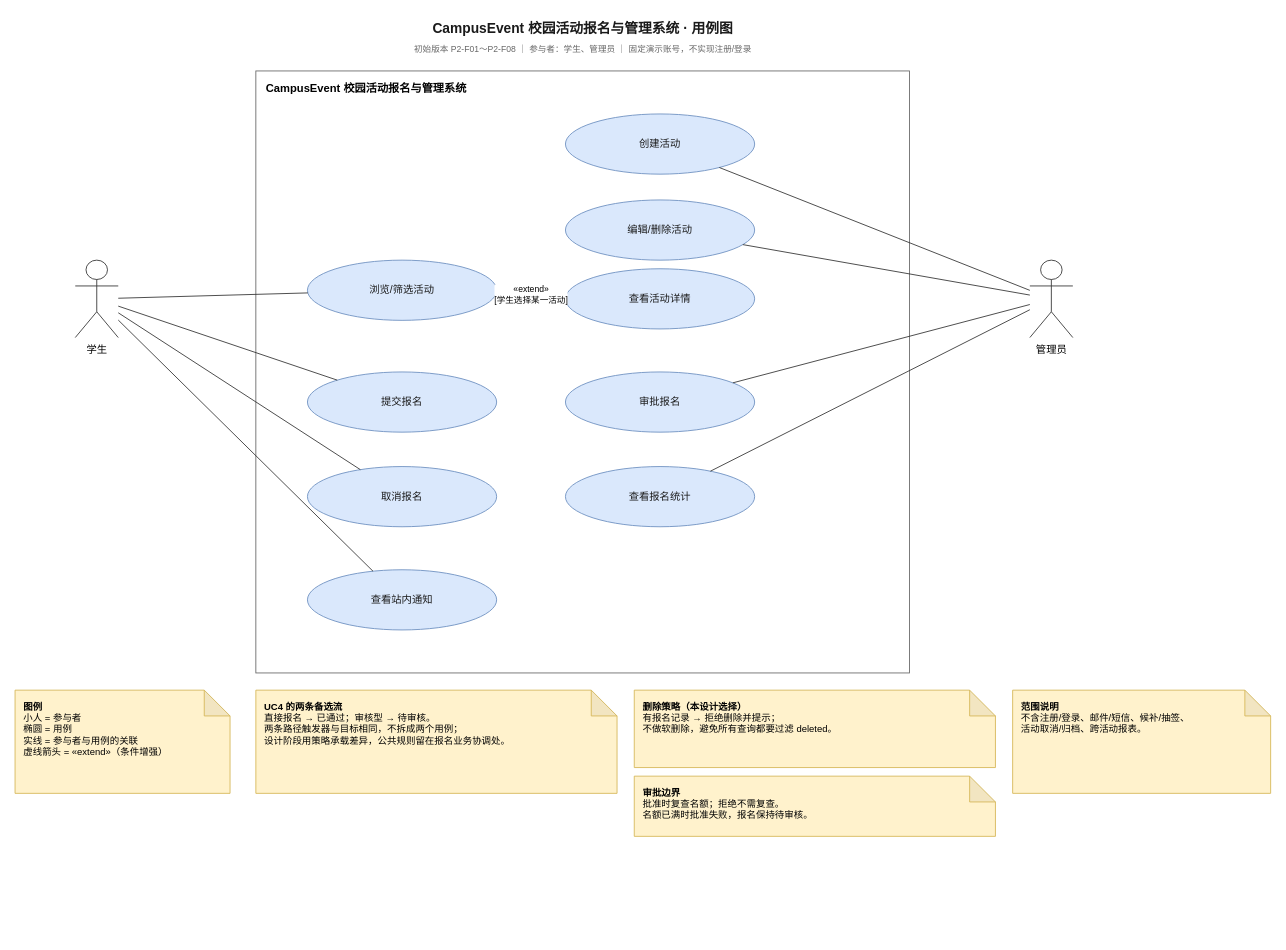
Above: uml/01-usecase.drawio in kudryavka1023/202-CampusEvent (draw.io), before the change. Source tidied: cells renumbered, new cells numbered last; positions are measured from the earlier drawing's top-left corner, leaving out a move shared by most shapes. Both pictures are drawn from the tidied source at 86%, with x=0, y=0 at pixel (15, 15).
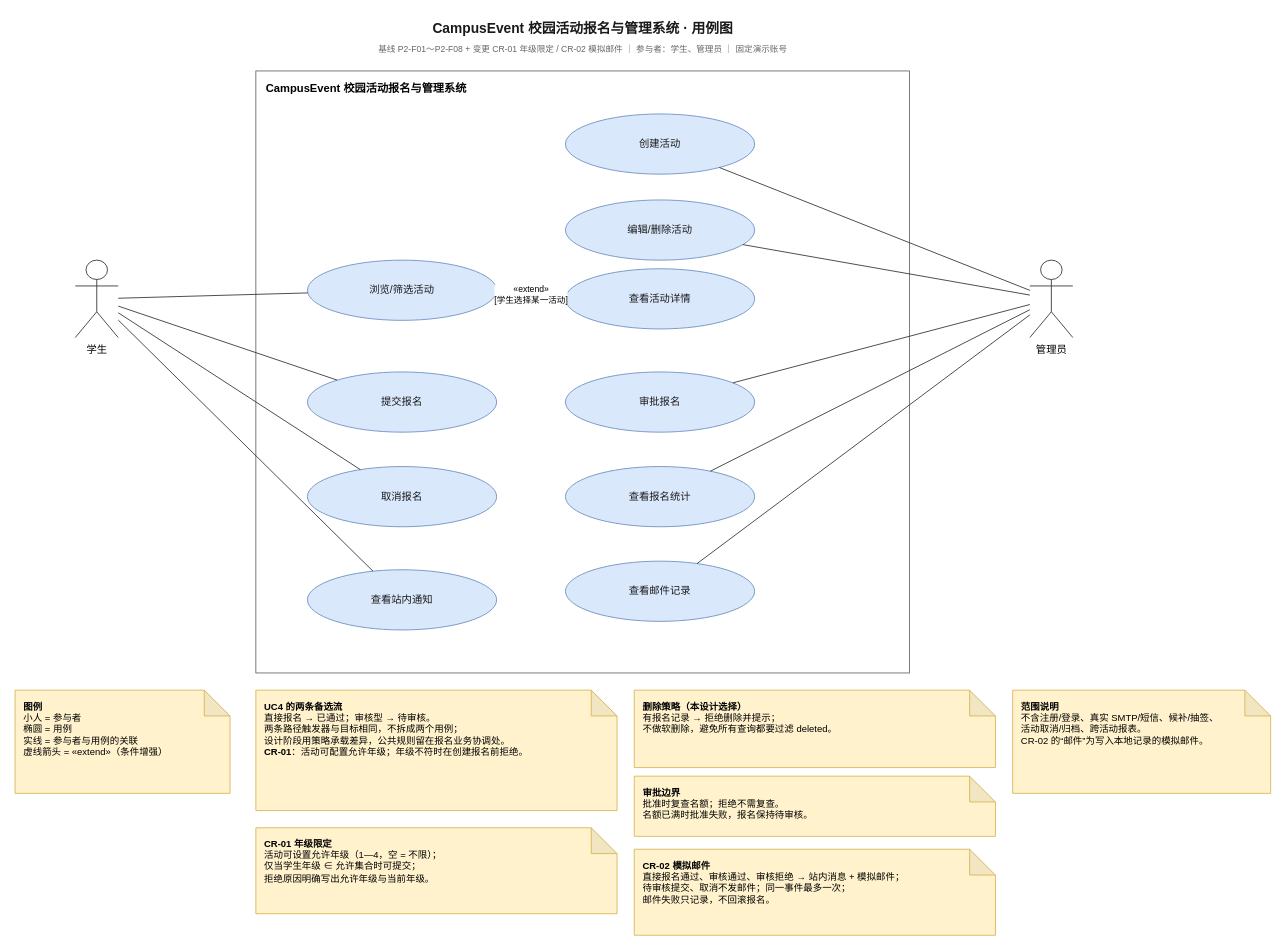
After the change.

Unchanged cells that the change refers to:
```xml
<mxCell id="6" value="管理员" style="shape=umlActor;verticalLabelPosition=bottom;verticalAlign=top;html=1;outlineConnect=0;fillColor=#ffffff;strokeColor=#333333;fontSize=12;" parent="1" vertex="1">
  <mxGeometry x="1180" y="285" width="50" height="90" as="geometry" />
</mxCell>
```

Diff of the diagram source:
```diff
@@
-    <mxCell id="3" value="初始版本 P2-F01～P2-F08 ｜ 参与者：学生、管理员 ｜ 固定演示账号，不实现注册/登录" style="text;html=1;align=center;verticalAlign=middle;fontSize=10;fontColor=#666666;" parent="1" vertex="1">
+    <mxCell id="3" value="基线 P2-F01～P2-F08 + 变更 CR-01 年级限定 / CR-02 模拟邮件 ｜ 参与者：学生、管理员 ｜ 固定演示账号" style="text;html=1;align=center;verticalAlign=middle;fontSize=10;fontColor=#666666;" parent="1" vertex="1">
       <mxGeometry x="280" y="30" width="760" height="20" as="geometry" />
     </mxCell>
@@
+    <mxCell id="30" value="查看邮件记录" style="ellipse;whiteSpace=wrap;html=1;fillColor=#dae8fc;strokeColor=#6c8ebf;fontSize=12;fontColor=#1a1a1a;" parent="1" vertex="1">
+      <mxGeometry x="640" y="635" width="220" height="70" as="geometry" />
+    </mxCell>
@@
+    <mxCell id="31" style="endArrow=none;html=1;strokeColor=#333333;strokeWidth=1;" parent="1" edge="1" source="6" target="30">
+      <mxGeometry relative="1" as="geometry" />
+    </mxCell>
@@
-    <mxCell id="25" value="&lt;b&gt;UC4 的两条备选流&lt;/b&gt;&lt;br&gt;直接报名 → 已通过；审核型 → 待审核。&lt;br&gt;两条路径触发器与目标相同，不拆成两个用例；&lt;br&gt;设计阶段用策略承载差异，公共规则留在报名业务协调处。" style="shape=note;whiteSpace=wrap;html=1;backgroundOutline=1;darkOpacity=0.05;fillColor=#fff2cc;strokeColor=#d6b656;align=left;verticalAlign=top;spacingLeft=8;spacingTop=6;fontSize=11;" parent="1" vertex="1">
-      <mxGeometry x="280" y="785" width="420" height="120" as="geometry" />
+    <mxCell id="25" value="&lt;b&gt;UC4 的两条备选流&lt;/b&gt;&lt;br&gt;直接报名 → 已通过；审核型 → 待审核。&lt;br&gt;两条路径触发器与目标相同，不拆成两个用例；&lt;br&gt;设计阶段用策略承载差异，公共规则留在报名业务协调处。&lt;br&gt;&lt;b&gt;CR-01&lt;/b&gt;：活动可配置允许年级；年级不符时在创建报名前拒绝。" style="shape=note;whiteSpace=wrap;html=1;backgroundOutline=1;darkOpacity=0.05;fillColor=#fff2cc;strokeColor=#d6b656;align=left;verticalAlign=top;spacingLeft=8;spacingTop=6;fontSize=11;" parent="1" vertex="1">
+      <mxGeometry x="280" y="785" width="420" height="140" as="geometry" />
     </mxCell>
@@
-    <mxCell id="28" value="&lt;b&gt;范围说明&lt;/b&gt;&lt;br&gt;不含注册/登录、邮件/短信、候补/抽签、&lt;br&gt;活动取消/归档、跨活动报表。" style="shape=note;whiteSpace=wrap;html=1;backgroundOutline=1;darkOpacity=0.05;fillColor=#fff2cc;strokeColor=#d6b656;align=left;verticalAlign=top;spacingLeft=8;spacingTop=6;fontSize=11;" parent="1" vertex="1">
+    <mxCell id="28" value="&lt;b&gt;范围说明&lt;/b&gt;&lt;br&gt;不含注册/登录、真实 SMTP/短信、候补/抽签、&lt;br&gt;活动取消/归档、跨活动报表。&lt;br&gt;CR-02 的“邮件”为写入本地记录的模拟邮件。" style="shape=note;whiteSpace=wrap;html=1;backgroundOutline=1;darkOpacity=0.05;fillColor=#fff2cc;strokeColor=#d6b656;align=left;verticalAlign=top;spacingLeft=8;spacingTop=6;fontSize=11;" parent="1" vertex="1">
       <mxGeometry x="1160" y="785" width="300" height="120" as="geometry" />
     </mxCell>
+    <mxCell id="32" value="&lt;b&gt;CR-01 年级限定&lt;/b&gt;&lt;br&gt;活动可设置允许年级（1—4，空 = 不限）；&lt;br&gt;仅当学生年级 ∈ 允许集合时可提交；&lt;br&gt;拒绝原因明确写出允许年级与当前年级。" style="shape=note;whiteSpace=wrap;html=1;backgroundOutline=1;darkOpacity=0.05;fillColor=#fff2cc;strokeColor=#d6b656;align=left;verticalAlign=top;spacingLeft=8;spacingTop=6;fontSize=11;" parent="1" vertex="1">
+      <mxGeometry x="280" y="945" width="420" height="100" as="geometry" />
+    </mxCell>
+    <mxCell id="33" value="&lt;b&gt;CR-02 模拟邮件&lt;/b&gt;&lt;br&gt;直接报名通过、审核通过、审核拒绝 → 站内消息 + 模拟邮件；&lt;br&gt;待审核提交、取消不发邮件；同一事件最多一次；&lt;br&gt;邮件失败只记录，不回滚报名。" style="shape=note;whiteSpace=wrap;html=1;backgroundOutline=1;darkOpacity=0.05;fillColor=#fff2cc;strokeColor=#d6b656;align=left;verticalAlign=top;spacingLeft=8;spacingTop=6;fontSize=11;" parent="1" vertex="1">
+      <mxGeometry x="720" y="970" width="420" height="100" as="geometry" />
+    </mxCell>
```
